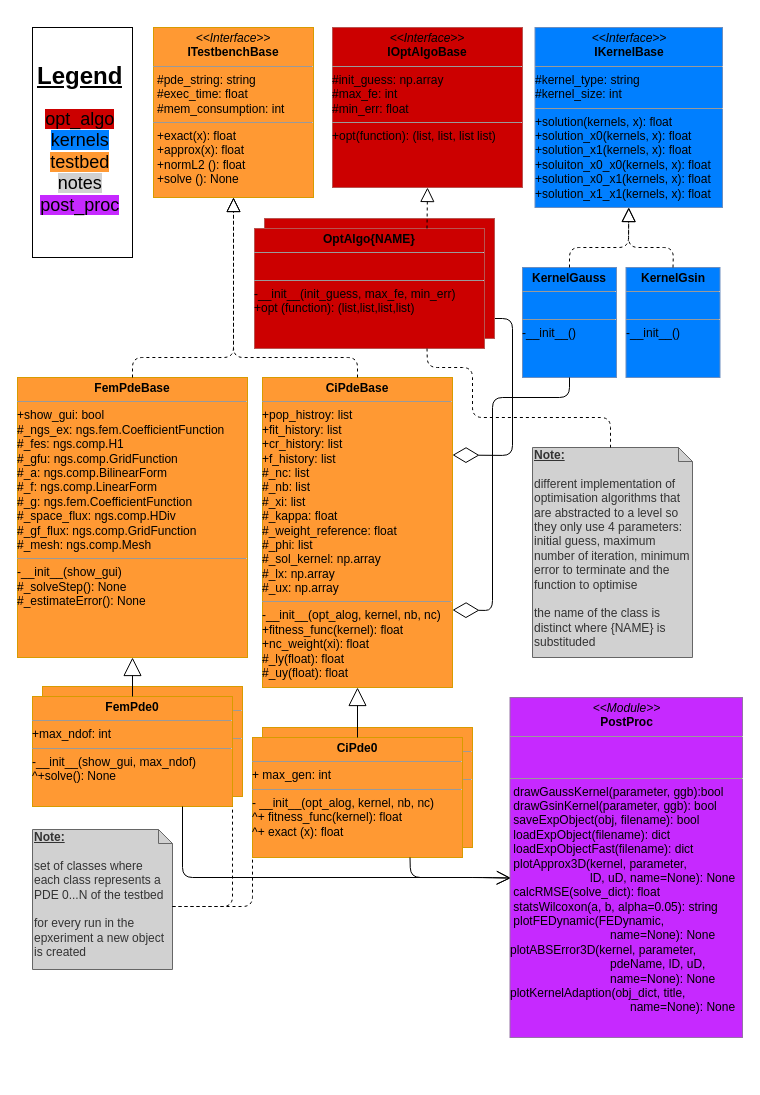
This is code/uml_diag/testbench_uml_class.drawio from nicolai-schwartze/Masterthesis, a draw.io file, before an edit. Source tidied: cells renumbered, new cells numbered last; positions are measured from the earlier drawing's top-left corner, leaving out a move shared by most shapes. Both pictures are drawn from the tidied source at 100%, with x=0, y=0 at pixel (17, 27).
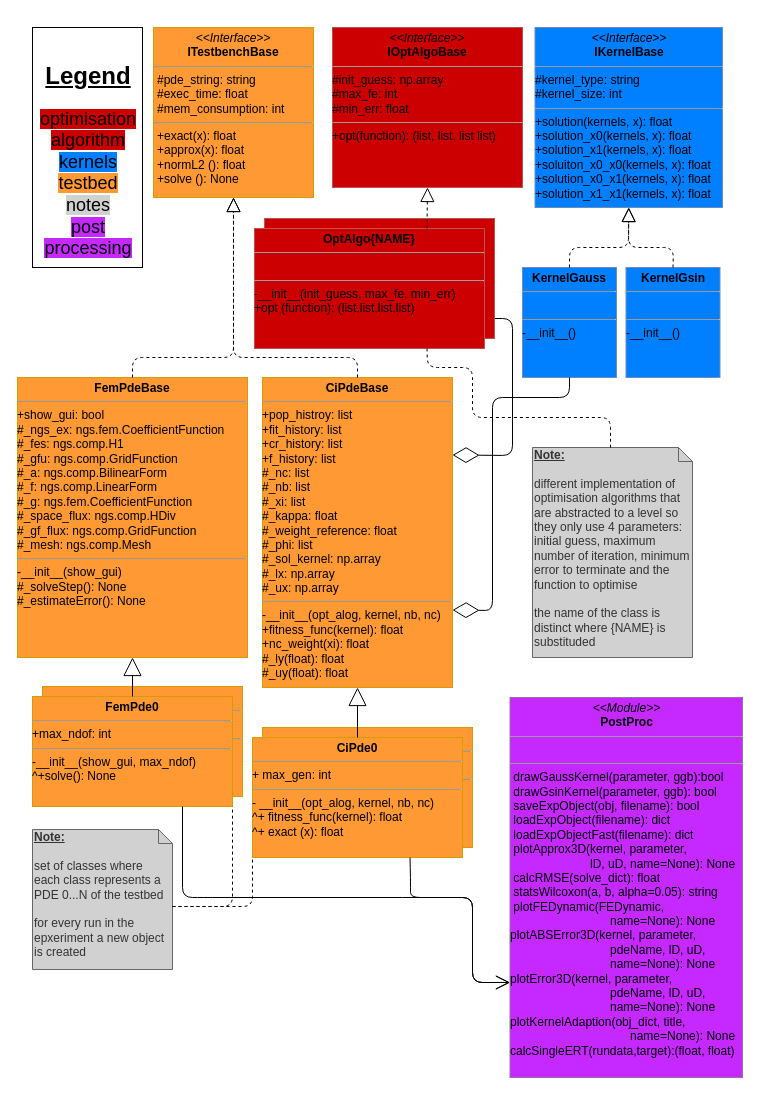
After the change.

Unchanged cells that the change refers to:
```xml
<mxCell id="13" value="&lt;p style=&quot;margin: 0px ; margin-top: 4px ; text-align: center&quot;&gt;&lt;b&gt;FemPde0&lt;/b&gt;&lt;br&gt;&lt;/p&gt;&lt;hr size=&quot;1&quot;&gt;&lt;div&gt;+max_ndof: int&lt;br&gt;&lt;/div&gt;&lt;hr size=&quot;1&quot;&gt;&lt;div&gt;-__init__(show_gui, max_ndof)&lt;/div&gt;&lt;div&gt;^+solve(): None&lt;/div&gt;" style="verticalAlign=top;align=left;overflow=fill;fontSize=12;fontFamily=Helvetica;html=1;fillColor=#FF9933;strokeColor=#d79b00;" parent="1" vertex="1">
  <mxGeometry x="15" y="669" width="200" height="110" as="geometry" />
</mxCell>
<mxCell id="15" value="&lt;p style=&quot;margin: 0px ; margin-top: 4px ; text-align: center&quot;&gt;&lt;b&gt;CiPde0&lt;/b&gt;&lt;br&gt;&lt;/p&gt;&lt;hr size=&quot;1&quot;&gt;&lt;div&gt;+ max_gen: int&lt;br&gt;&lt;/div&gt;&lt;hr size=&quot;1&quot;&gt;&lt;div&gt;- __init__(opt_alog, kernel, nb, nc)&lt;/div&gt;&lt;div&gt;^+ fitness_func(kernel): float&lt;br&gt;&lt;/div&gt;&lt;div&gt;^+ exact (x): float&lt;br&gt;&lt;/div&gt;&lt;div&gt;&lt;br&gt;&lt;/div&gt;" style="verticalAlign=top;align=left;overflow=fill;fontSize=12;fontFamily=Helvetica;html=1;fillColor=#FF9933;strokeColor=#d79b00;" parent="1" vertex="1">
  <mxGeometry x="235" y="710" width="210" height="120" as="geometry" />
</mxCell>
```

Change to the diagram source:
```diff
@@
-    <mxCell id="25" value="&lt;h1 align=&quot;center&quot;&gt;&lt;br&gt;&lt;u&gt;Legend&lt;/u&gt;&lt;br&gt;&lt;/h1&gt;&lt;p style=&quot;font-size: 18px&quot; align=&quot;center&quot;&gt;&lt;span style=&quot;background-color: rgb(204 , 0 , 0)&quot;&gt;opt_algo&lt;/span&gt;&lt;br&gt;&lt;span style=&quot;background-color: rgb(0 , 127 , 255)&quot;&gt;kernels&lt;/span&gt;&lt;br&gt;&lt;span style=&quot;background-color: rgb(255 , 153 , 51)&quot;&gt;testbed&lt;/span&gt;&lt;br&gt;&lt;span style=&quot;background-color: rgb(209 , 209 , 209)&quot;&gt;notes&lt;/span&gt;&lt;br&gt;&lt;span style=&quot;background-color: rgb(198 , 41 , 255)&quot;&gt;post_proc&lt;/span&gt;&lt;br&gt;&lt;/p&gt;" style="text;html=1;strokeColor=#000000;fillColor=none;spacing=5;spacingTop=-20;whiteSpace=wrap;overflow=hidden;rounded=0;" parent="1" vertex="1">
-      <mxGeometry x="15" width="100" height="230" as="geometry" />
+    <mxCell id="25" value="&lt;h1 align=&quot;center&quot;&gt;&lt;br&gt;&lt;u&gt;Legend&lt;/u&gt;&lt;br&gt;&lt;/h1&gt;&lt;p style=&quot;font-size: 18px&quot; align=&quot;center&quot;&gt;&lt;span style=&quot;background-color: rgb(204 , 0 , 0)&quot;&gt;optimisation&lt;br&gt;algorithm&lt;/span&gt;&lt;br&gt;&lt;span style=&quot;background-color: rgb(0 , 127 , 255)&quot;&gt;kernels&lt;/span&gt;&lt;br&gt;&lt;span style=&quot;background-color: rgb(255 , 153 , 51)&quot;&gt;testbed&lt;/span&gt;&lt;br&gt;&lt;span style=&quot;background-color: rgb(209 , 209 , 209)&quot;&gt;notes&lt;/span&gt;&lt;br&gt;&lt;span style=&quot;background-color: rgb(198 , 41 , 255)&quot;&gt;post processing&lt;/span&gt;&lt;br&gt;&lt;/p&gt;" style="text;html=1;strokeColor=#000000;fillColor=none;spacing=5;spacingTop=-20;whiteSpace=wrap;overflow=hidden;rounded=0;" parent="1" vertex="1">
+      <mxGeometry x="15" width="110" height="240" as="geometry" />
     </mxCell>
@@
-    <mxCell id="27" style="endArrow=open;endFill=1;endSize=12;html=1;exitX=0.75;exitY=1;exitDx=0;exitDy=0;entryX=0.004;entryY=0.531;entryDx=0;entryDy=0;entryPerimeter=0;" parent="1" edge="1" source="15" target="29">
+    <mxCell id="27" style="endArrow=open;endFill=1;endSize=12;html=1;exitX=0.75;exitY=1;exitDx=0;exitDy=0;entryX=0;entryY=0.75;entryDx=0;entryDy=0;" parent="1" edge="1" source="15" target="29">
       <mxGeometry relative="1" as="geometry">
         <Array as="points">
           <mxPoint x="393" y="850" />
-          <mxPoint x="465" y="850" />
+          <mxPoint x="393" y="870" />
+          <mxPoint x="455" y="870" />
+          <mxPoint x="455" y="955" />
         </Array>
       </mxGeometry>
     </mxCell>
-    <mxCell id="28" style="endArrow=open;endFill=1;endSize=12;html=1;exitX=0.75;exitY=1;exitDx=0;exitDy=0;entryX=0.003;entryY=0.531;entryDx=0;entryDy=0;entryPerimeter=0;" parent="1" edge="1" source="13" target="29">
-      <mxGeometry relative="1" as="geometry">
-        <Array as="points">
-          <mxPoint x="165" y="850" />
-          <mxPoint x="465" y="850" />
-        </Array>
-      </mxGeometry>
-    </mxCell>
-    <mxCell id="29" value="&lt;p style=&quot;margin: 0px ; margin-top: 4px ; text-align: center&quot;&gt;&lt;i&gt;&amp;lt;&amp;lt;Module&amp;gt;&amp;gt;&lt;/i&gt;&lt;br&gt;&lt;b&gt;PostProc&lt;/b&gt;&lt;/p&gt;&lt;hr size=&quot;1&quot;&gt;&lt;p style=&quot;margin: 0px ; margin-left: 4px&quot;&gt;&lt;br&gt;&lt;/p&gt;&lt;p style=&quot;margin: 0px ; margin-left: 4px&quot;&gt;&lt;br&gt;&lt;/p&gt;&lt;hr size=&quot;1&quot;&gt;&lt;div&gt;&amp;nbsp;drawGaussKernel(parameter, ggb):bool&lt;/div&gt;&lt;div&gt;&amp;nbsp;drawGsinKernel(parameter, ggb): bool&lt;/div&gt;&lt;div&gt;&amp;nbsp;saveExpObject(obj, filename): bool&lt;/div&gt;&lt;div&gt;&amp;nbsp;loadExpObject(filename): dict&lt;/div&gt;&lt;div&gt;&amp;nbsp;loadExpObjectFast(filename): dict &lt;br&gt;&lt;/div&gt;&lt;div&gt;&amp;nbsp;plotApprox3D(kernel, parameter, &lt;br&gt;&amp;nbsp;&amp;nbsp;&amp;nbsp;&amp;nbsp;&amp;nbsp;&amp;nbsp;&amp;nbsp;&amp;nbsp;&amp;nbsp;&amp;nbsp;&amp;nbsp;&amp;nbsp;&amp;nbsp;&amp;nbsp;&amp;nbsp;&amp;nbsp;&amp;nbsp;&amp;nbsp;&amp;nbsp;&amp;nbsp;&amp;nbsp;&amp;nbsp;&amp;nbsp; lD, uD, name=None): None&lt;br&gt;&lt;/div&gt;&lt;div&gt;&amp;nbsp;calcRMSE(solve_dict): float&lt;/div&gt;&lt;div&gt;&amp;nbsp;statsWilcoxon(a, b, alpha=0.05): string&lt;/div&gt;&lt;div&gt;&amp;nbsp;plotFEDynamic(FEDynamic, &lt;br&gt;&lt;/div&gt;&lt;div&gt;&amp;nbsp;&amp;nbsp; &amp;nbsp;&amp;nbsp;&amp;nbsp;&amp;nbsp;&amp;nbsp;&amp;nbsp;&amp;nbsp;&amp;nbsp;&amp;nbsp;&amp;nbsp;&amp;nbsp;&amp;nbsp;&amp;nbsp;&amp;nbsp;&amp;nbsp;&amp;nbsp;&amp;nbsp;&amp;nbsp;&amp;nbsp;&amp;nbsp;&amp;nbsp;&amp;nbsp;&amp;nbsp;&amp;nbsp;&amp;nbsp;&amp;nbsp; name=None): None&lt;/div&gt;&lt;div&gt;plotABSError3D(kernel, parameter, &lt;br&gt;&lt;/div&gt;&lt;div&gt;&amp;nbsp;&amp;nbsp;&amp;nbsp;&amp;nbsp;&amp;nbsp;&amp;nbsp;&amp;nbsp;&amp;nbsp;&amp;nbsp;&amp;nbsp;&amp;nbsp;&amp;nbsp;&amp;nbsp;&amp;nbsp;&amp;nbsp;&amp;nbsp;&amp;nbsp;&amp;nbsp;&amp;nbsp;&amp;nbsp;&amp;nbsp;&amp;nbsp;&amp;nbsp;&amp;nbsp;&amp;nbsp;&amp;nbsp;&amp;nbsp;&amp;nbsp;&amp;nbsp; pdeName, lD, uD, &lt;br&gt;&lt;/div&gt;&lt;div&gt;&amp;nbsp;&amp;nbsp;&amp;nbsp;&amp;nbsp;&amp;nbsp;&amp;nbsp;&amp;nbsp;&amp;nbsp;&amp;nbsp;&amp;nbsp;&amp;nbsp;&amp;nbsp;&amp;nbsp;&amp;nbsp;&amp;nbsp;&amp;nbsp;&amp;nbsp;&amp;nbsp;&amp;nbsp;&amp;nbsp;&amp;nbsp;&amp;nbsp;&amp;nbsp;&amp;nbsp;&amp;nbsp;&amp;nbsp;&amp;nbsp;&amp;nbsp;&amp;nbsp; name=None): None&lt;/div&gt;&lt;div&gt;plotKernelAdaption(obj_dict, title,&lt;/div&gt;&lt;div&gt;&amp;nbsp;&amp;nbsp;&amp;nbsp;&amp;nbsp;&amp;nbsp;&amp;nbsp;&amp;nbsp;&amp;nbsp;&amp;nbsp;&amp;nbsp;&amp;nbsp;&amp;nbsp;&amp;nbsp;&amp;nbsp;&amp;nbsp;&amp;nbsp;&amp;nbsp;&amp;nbsp;&amp;nbsp;&amp;nbsp;&amp;nbsp;&amp;nbsp;&amp;nbsp;&amp;nbsp;&amp;nbsp;&amp;nbsp;&amp;nbsp;&amp;nbsp;&amp;nbsp;&amp;nbsp;&amp;nbsp;&amp;nbsp;&amp;nbsp;&amp;nbsp;&amp;nbsp; name=None): None&lt;br&gt;&lt;/div&gt;&lt;div&gt;&lt;br&gt;&lt;/div&gt;" style="verticalAlign=top;align=left;overflow=fill;fontSize=12;fontFamily=Helvetica;html=1;fillColor=#C629FF;strokeColor=#9673a6;" parent="1" vertex="1">
-      <mxGeometry x="492.5" y="670" width="232.5" height="340" as="geometry" />
+    <mxCell id="29" value="&lt;p style=&quot;margin: 0px ; margin-top: 4px ; text-align: center&quot;&gt;&lt;i&gt;&amp;lt;&amp;lt;Module&amp;gt;&amp;gt;&lt;/i&gt;&lt;br&gt;&lt;b&gt;PostProc&lt;/b&gt;&lt;/p&gt;&lt;hr size=&quot;1&quot;&gt;&lt;p style=&quot;margin: 0px ; margin-left: 4px&quot;&gt;&lt;br&gt;&lt;/p&gt;&lt;hr size=&quot;1&quot;&gt;&lt;div&gt;&amp;nbsp;drawGaussKernel(parameter, ggb):bool&lt;/div&gt;&lt;div&gt;&amp;nbsp;drawGsinKernel(parameter, ggb): bool&lt;/div&gt;&lt;div&gt;&amp;nbsp;saveExpObject(obj, filename): bool&lt;/div&gt;&lt;div&gt;&amp;nbsp;loadExpObject(filename): dict&lt;/div&gt;&lt;div&gt;&amp;nbsp;loadExpObjectFast(filename): dict &lt;br&gt;&lt;/div&gt;&lt;div&gt;&amp;nbsp;plotApprox3D(kernel, parameter, &lt;br&gt;&amp;nbsp;&amp;nbsp;&amp;nbsp;&amp;nbsp;&amp;nbsp;&amp;nbsp;&amp;nbsp;&amp;nbsp;&amp;nbsp;&amp;nbsp;&amp;nbsp;&amp;nbsp;&amp;nbsp;&amp;nbsp;&amp;nbsp;&amp;nbsp;&amp;nbsp;&amp;nbsp;&amp;nbsp;&amp;nbsp;&amp;nbsp;&amp;nbsp;&amp;nbsp; lD, uD, name=None): None&lt;br&gt;&lt;/div&gt;&lt;div&gt;&amp;nbsp;calcRMSE(solve_dict): float&lt;/div&gt;&lt;div&gt;&amp;nbsp;statsWilcoxon(a, b, alpha=0.05): string&lt;/div&gt;&lt;div&gt;&amp;nbsp;plotFEDynamic(FEDynamic, &lt;br&gt;&lt;/div&gt;&lt;div&gt;&amp;nbsp;&amp;nbsp; &amp;nbsp;&amp;nbsp;&amp;nbsp;&amp;nbsp;&amp;nbsp;&amp;nbsp;&amp;nbsp;&amp;nbsp;&amp;nbsp;&amp;nbsp;&amp;nbsp;&amp;nbsp;&amp;nbsp;&amp;nbsp;&amp;nbsp;&amp;nbsp;&amp;nbsp;&amp;nbsp;&amp;nbsp;&amp;nbsp;&amp;nbsp;&amp;nbsp;&amp;nbsp;&amp;nbsp;&amp;nbsp;&amp;nbsp; name=None): None&lt;/div&gt;&lt;div&gt;plotABSError3D(kernel, parameter, &lt;br&gt;&lt;/div&gt;&lt;div&gt;&amp;nbsp;&amp;nbsp;&amp;nbsp;&amp;nbsp;&amp;nbsp;&amp;nbsp;&amp;nbsp;&amp;nbsp;&amp;nbsp;&amp;nbsp;&amp;nbsp;&amp;nbsp;&amp;nbsp;&amp;nbsp;&amp;nbsp;&amp;nbsp;&amp;nbsp;&amp;nbsp;&amp;nbsp;&amp;nbsp;&amp;nbsp;&amp;nbsp;&amp;nbsp;&amp;nbsp;&amp;nbsp;&amp;nbsp;&amp;nbsp;&amp;nbsp;&amp;nbsp; pdeName, lD, uD, &lt;br&gt;&lt;/div&gt;&lt;div&gt;&amp;nbsp;&amp;nbsp;&amp;nbsp;&amp;nbsp;&amp;nbsp;&amp;nbsp;&amp;nbsp;&amp;nbsp;&amp;nbsp;&amp;nbsp;&amp;nbsp;&amp;nbsp;&amp;nbsp;&amp;nbsp;&amp;nbsp;&amp;nbsp;&amp;nbsp;&amp;nbsp;&amp;nbsp;&amp;nbsp;&amp;nbsp;&amp;nbsp;&amp;nbsp;&amp;nbsp;&amp;nbsp;&amp;nbsp;&amp;nbsp;&amp;nbsp;&amp;nbsp; name=None): None&lt;/div&gt;&lt;div&gt;&lt;div&gt;plotError3D(kernel, parameter, &lt;br&gt;&lt;/div&gt;&lt;div&gt;&amp;nbsp;&amp;nbsp;&amp;nbsp;&amp;nbsp;&amp;nbsp;&amp;nbsp;&amp;nbsp;&amp;nbsp;&amp;nbsp;&amp;nbsp;&amp;nbsp;&amp;nbsp;&amp;nbsp;&amp;nbsp;&amp;nbsp;&amp;nbsp;&amp;nbsp;&amp;nbsp;&amp;nbsp;&amp;nbsp;&amp;nbsp;&amp;nbsp;&amp;nbsp;&amp;nbsp;&amp;nbsp;&amp;nbsp;&amp;nbsp;&amp;nbsp;&amp;nbsp; pdeName, lD, uD, &lt;br&gt;&lt;/div&gt;&lt;div&gt;&amp;nbsp;&amp;nbsp;&amp;nbsp;&amp;nbsp;&amp;nbsp;&amp;nbsp;&amp;nbsp;&amp;nbsp;&amp;nbsp;&amp;nbsp;&amp;nbsp;&amp;nbsp;&amp;nbsp;&amp;nbsp;&amp;nbsp;&amp;nbsp;&amp;nbsp;&amp;nbsp;&amp;nbsp;&amp;nbsp;&amp;nbsp;&amp;nbsp;&amp;nbsp;&amp;nbsp;&amp;nbsp;&amp;nbsp;&amp;nbsp;&amp;nbsp;&amp;nbsp; name=None): None&lt;/div&gt;&lt;/div&gt;&lt;div&gt;plotKernelAdaption(obj_dict, title,&lt;/div&gt;&lt;div&gt;&amp;nbsp;&amp;nbsp;&amp;nbsp;&amp;nbsp;&amp;nbsp;&amp;nbsp;&amp;nbsp;&amp;nbsp;&amp;nbsp;&amp;nbsp;&amp;nbsp;&amp;nbsp;&amp;nbsp;&amp;nbsp;&amp;nbsp;&amp;nbsp;&amp;nbsp;&amp;nbsp;&amp;nbsp;&amp;nbsp;&amp;nbsp;&amp;nbsp;&amp;nbsp;&amp;nbsp;&amp;nbsp;&amp;nbsp;&amp;nbsp;&amp;nbsp;&amp;nbsp;&amp;nbsp;&amp;nbsp;&amp;nbsp;&amp;nbsp;&amp;nbsp;&amp;nbsp; name=None): None&lt;/div&gt;&lt;div&gt;calcSingleERT(rundata,target):(float, float)&lt;br&gt;&lt;/div&gt;&lt;div&gt;&lt;br&gt;&lt;/div&gt;" style="verticalAlign=top;align=left;overflow=fill;fontSize=12;fontFamily=Helvetica;html=1;fillColor=#C629FF;strokeColor=#9673a6;" parent="1" vertex="1">
+      <mxGeometry x="492.5" y="670" width="232.5" height="380" as="geometry" />
     </mxCell>
@@
+    <mxCell id="28" style="endArrow=open;endFill=1;endSize=12;html=1;exitX=0.75;exitY=1;exitDx=0;exitDy=0;entryX=0;entryY=0.75;entryDx=0;entryDy=0;" parent="1" edge="1" source="13" target="29">
+      <mxGeometry relative="1" as="geometry">
+        <Array as="points">
+          <mxPoint x="165" y="870" />
+          <mxPoint x="185" y="870" />
+          <mxPoint x="395" y="870" />
+          <mxPoint x="455" y="870" />
+          <mxPoint x="455" y="955" />
+        </Array>
+      </mxGeometry>
+    </mxCell>
```
